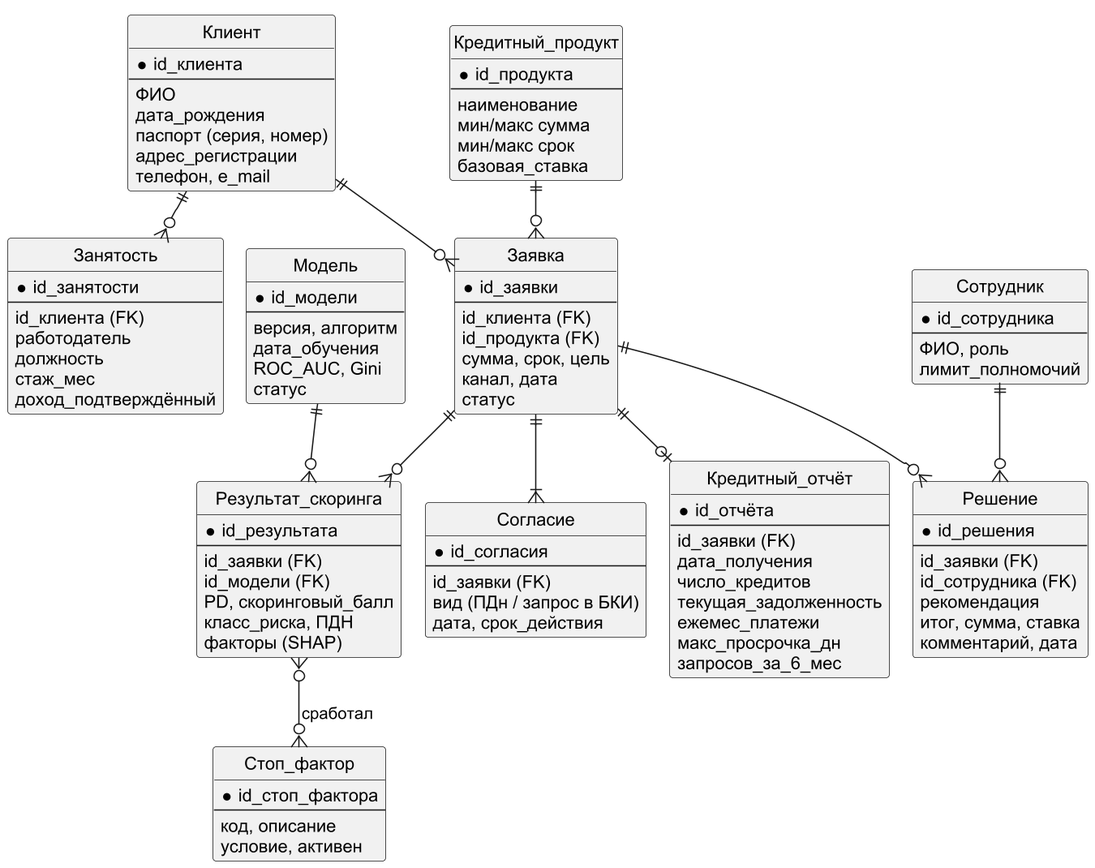
This is diagrams/pr4_er_model.png from DarkSwordman999/credit-scoring-dss, a PlantUML export, as it was before one commit.
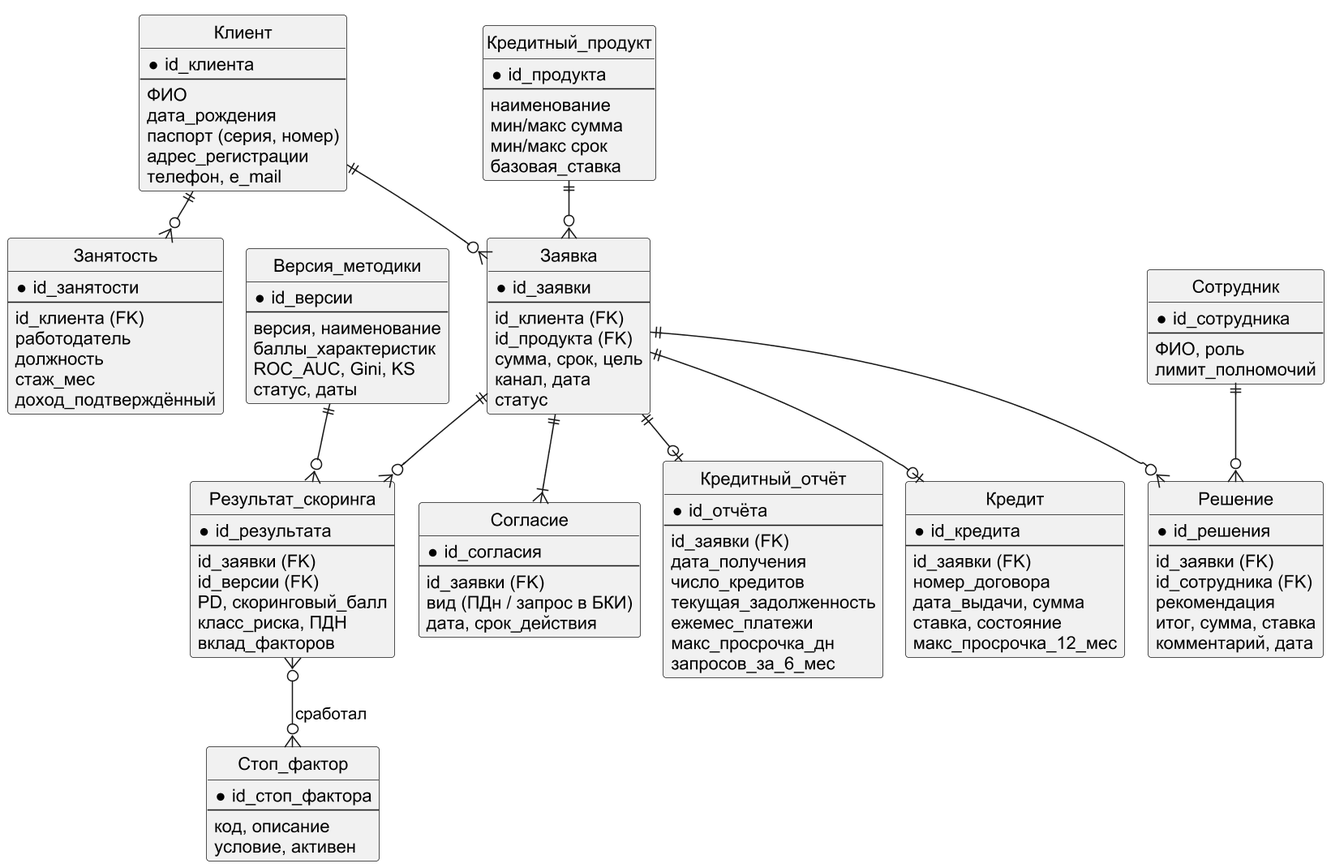
After the change.

Change to the diagram source:
```diff
@@ -59,22 +59,22 @@
  макс_просрочка_дн
  запросов_за_6_мес
 }
-entity "Модель" as md {
- * id_модели
+entity "Версия_методики" as md {
+ * id_версии
  --
- версия, алгоритм
- дата_обучения
- ROC_AUC, Gini
- статус
+ версия, наименование
+ баллы_характеристик
+ ROC_AUC, Gini, KS
+ статус, даты
 }
 entity "Результат_скоринга" as sr {
  * id_результата
  --
  id_заявки (FK)
- id_модели (FK)
+ id_версии (FK)
  PD, скоринговый_балл
  класс_риска, ПДН
- факторы (SHAP)
+ вклад_факторов
 }
 entity "Стоп_фактор" as sf {
  * id_стоп_фактора
@@ -90,6 +90,15 @@
  рекомендация
  итог, сумма, ставка
  комментарий, дата
+}
+entity "Кредит" as ln {
+ * id_кредита
+ --
+ id_заявки (FK)
+ номер_договора
+ дата_выдачи, сумма
+ ставка, состояние
+ макс_просрочка_12_мес
 }
 entity "Сотрудник" as us {
  * id_сотрудника
@@ -107,4 +116,5 @@
 sr }o--o{ sf : сработал
 ap ||--o{ dc
 us ||--o{ dc
+ap ||--o| ln
 @enduml
```
